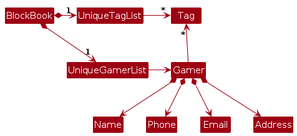
The PlantUML diagram diagrams/BetterModelClassDiagram.png in AY2526S2-CS2103-F13-1/tp, before a commit. Its source is kept beside it as diagrams/BetterModelClassDiagram.puml.
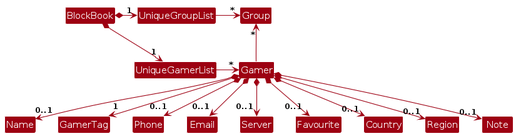
The same diagram one commit later.

The edit, as a diff of the source:
```diff
@@ -5,17 +5,22 @@
 skinparam classBackgroundColor MODEL_COLOR
 
 BlockBook *-right-> "1" UniqueGamerList
-BlockBook *-right-> "1" UniqueTagList
-UniqueTagList -[hidden]down- UniqueGamerList
-UniqueTagList -[hidden]down- UniqueGamerList
+BlockBook *-right-> "1" UniqueGroupList
+UniqueGroupList -[hidden]down- UniqueGamerList
+UniqueGroupList -[hidden]down- UniqueGamerList
 
-UniqueTagList -right-> "*" Tag
-UniqueGamerList -right-> Gamer
+UniqueGroupList -right-> "*" Group
+UniqueGamerList -right-> "*" Gamer
 
-Gamer -up-> "*" Tag
+Gamer -up-> "*" Group
 
-Gamer *--> Name
-Gamer *--> Phone
-Gamer *--> Email
-Gamer *--> Address
+Gamer *--> "0..1" Name
+Gamer *--> "1" GamerTag
+Gamer *--> "0..1" Phone
+Gamer *--> "0..1" Email
+Gamer *--> "0..1" Server
+Gamer *--> "0..1" Favourite
+Gamer *--> "0..1" Country
+Gamer *--> "0..1" Region
+Gamer *--> "0..1" Note
 @enduml
```
